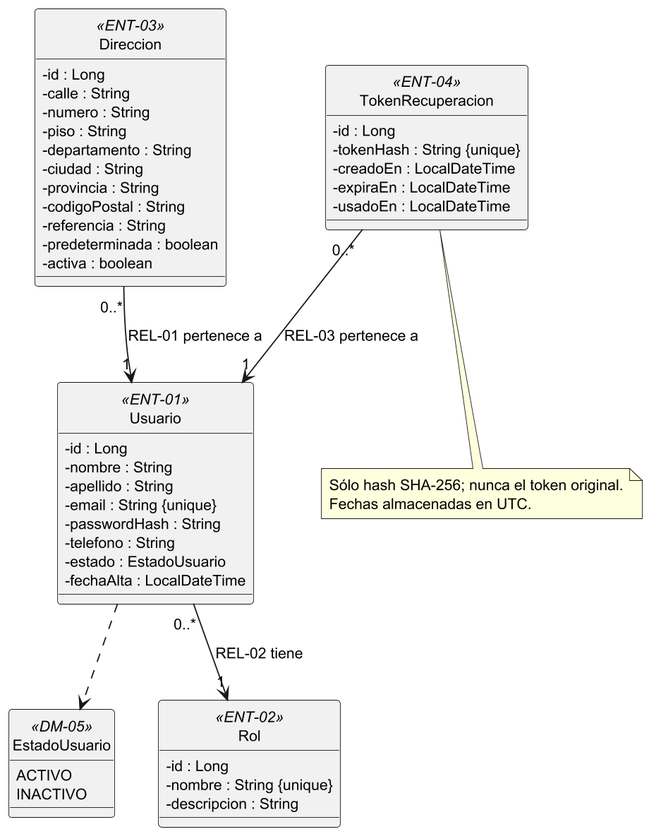
Before: doc/Diagramas/clases.png, a diagram exported from PlantUML (CarlaGorgal2002/deliverygo-usuarios-auth).
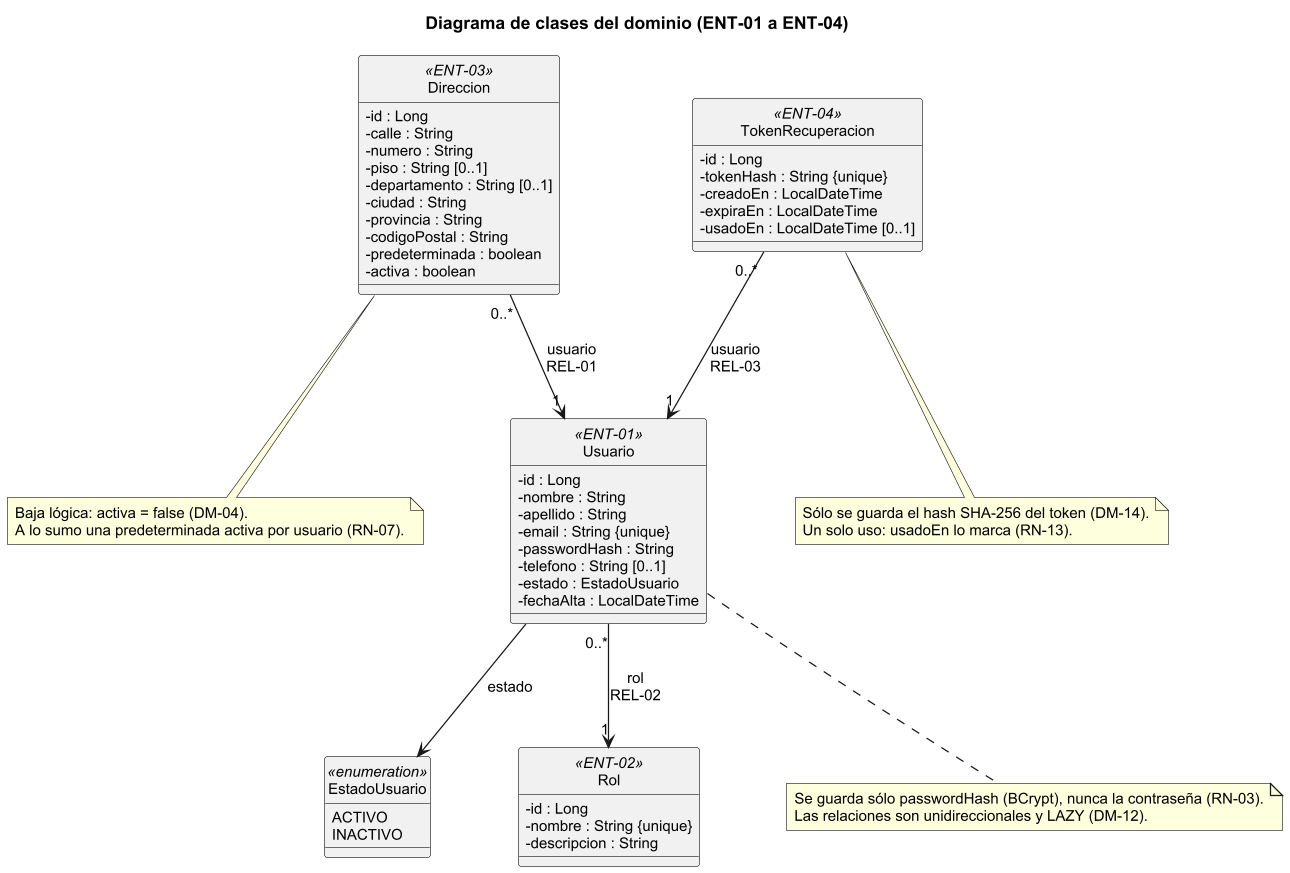
Above is the later version.

Diff of the diagram source:
```diff
@@ -1,50 +1,72 @@
 @startuml clases
-skinparam dpi 170
+skinparam dpi 120
+skinparam shadowing false
+skinparam defaultFontName Arial
+skinparam defaultFontSize 12
 skinparam classAttributeIconSize 0
-skinparam defaultFontSize 12
+skinparam nodesep 70
+skinparam ranksep 70
 hide circle
+title Diagrama de clases del dominio (ENT-01 a ENT-04)
+
 class Usuario <<ENT-01>> {
   - id : Long
   - nombre : String
   - apellido : String
   - email : String {unique}
   - passwordHash : String
-  - telefono : String
+  - telefono : String [0..1]
   - estado : EstadoUsuario
   - fechaAlta : LocalDateTime
 }
-enum EstadoUsuario <<DM-05>> {
+
+enum EstadoUsuario <<enumeration>> {
   ACTIVO
   INACTIVO
 }
+
 class Rol <<ENT-02>> {
   - id : Long
   - nombre : String {unique}
   - descripcion : String
 }
+
 class Direccion <<ENT-03>> {
   - id : Long
   - calle : String
   - numero : String
-  - piso : String
-  - departamento : String
+  - piso : String [0..1]
+  - departamento : String [0..1]
   - ciudad : String
   - provincia : String
   - codigoPostal : String
-  - referencia : String
   - predeterminada : boolean
   - activa : boolean
 }
-Direccion "0..*" --> "1" Usuario : REL-01 pertenece a
-Usuario "0..*" --> "1" Rol : REL-02 tiene
-Usuario ..> EstadoUsuario
+
 class TokenRecuperacion <<ENT-04>> {
   - id : Long
   - tokenHash : String {unique}
   - creadoEn : LocalDateTime
   - expiraEn : LocalDateTime
-  - usadoEn : LocalDateTime
+  - usadoEn : LocalDateTime [0..1]
 }
-TokenRecuperacion "0..*" --> "1" Usuario : REL-03 pertenece a
-note bottom of TokenRecuperacion : Sólo hash SHA-256; nunca el token original.\nFechas almacenadas en UTC.
+
+Usuario "0..*" --> "1" Rol : rol\nREL-02
+Direccion "0..*" --> "1" Usuario : usuario\nREL-01
+TokenRecuperacion "0..*" --> "1" Usuario : usuario\nREL-03
+Usuario --> EstadoUsuario : estado
+
+note bottom of Direccion
+  Baja lógica: activa = false (DM-04).
+  A lo sumo una predeterminada activa por usuario (RN-07).
+end note
+note bottom of TokenRecuperacion
+  Sólo se guarda el hash SHA-256 del token (DM-14).
+  Un solo uso: usadoEn lo marca (RN-13).
+end note
+note bottom of Usuario
+  Se guarda sólo passwordHash (BCrypt), nunca la contraseña (RN-03).
+  Las relaciones son unidireccionales y LAZY (DM-12).
+end note
 @enduml
```
